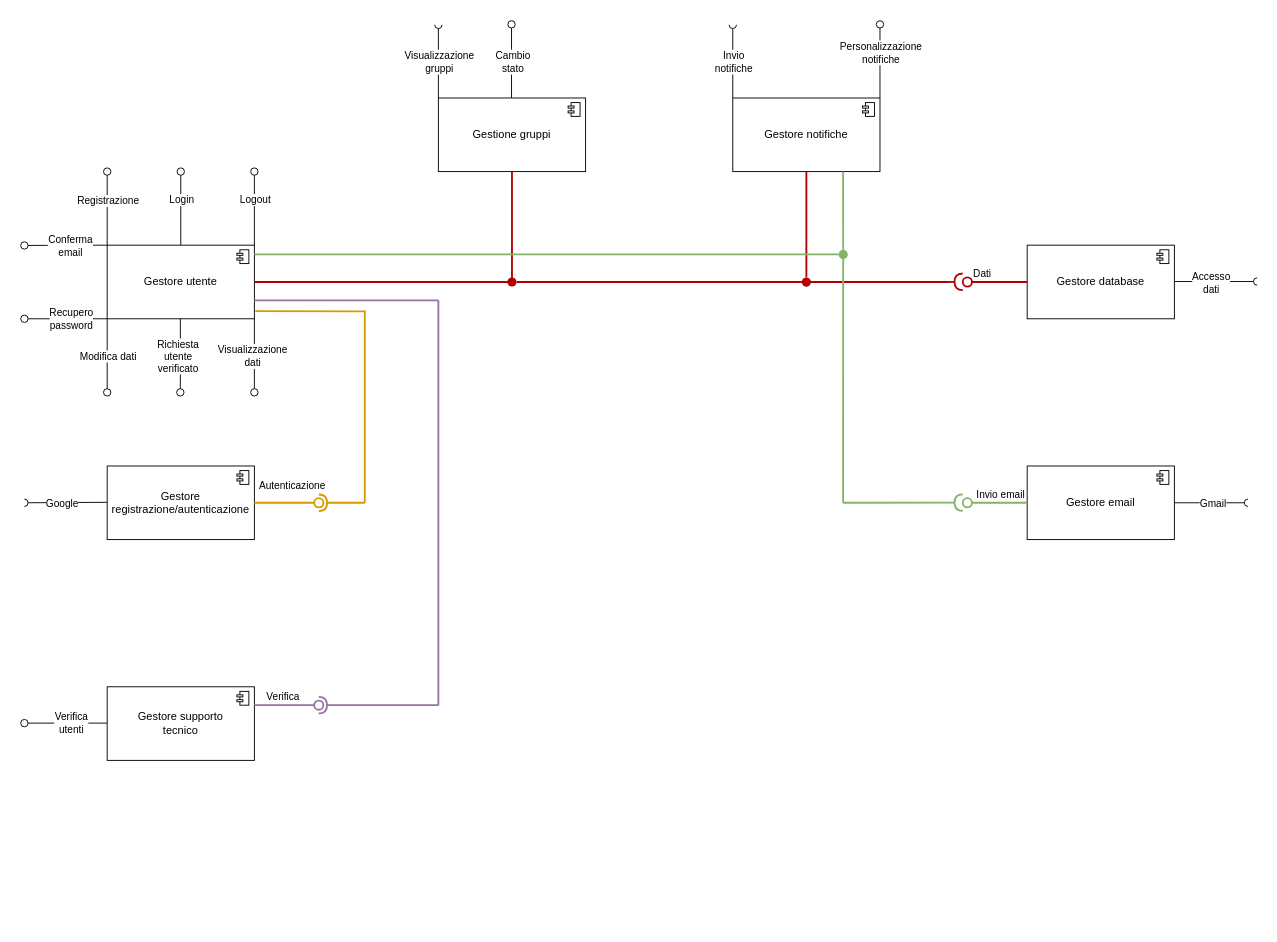
andreapedrini01/Ingegneria-del-Software keeps this draw.io diagram as Components_diagram.drawio. Above is the earlier version. Source tidied: cells renumbered, new cells numbered last; positions are measured from the earlier drawing's top-left corner, leaving out a move shared by most shapes. Both pictures are drawn from the tidied source at 92%, with x=0, y=0 at pixel (24, 24).
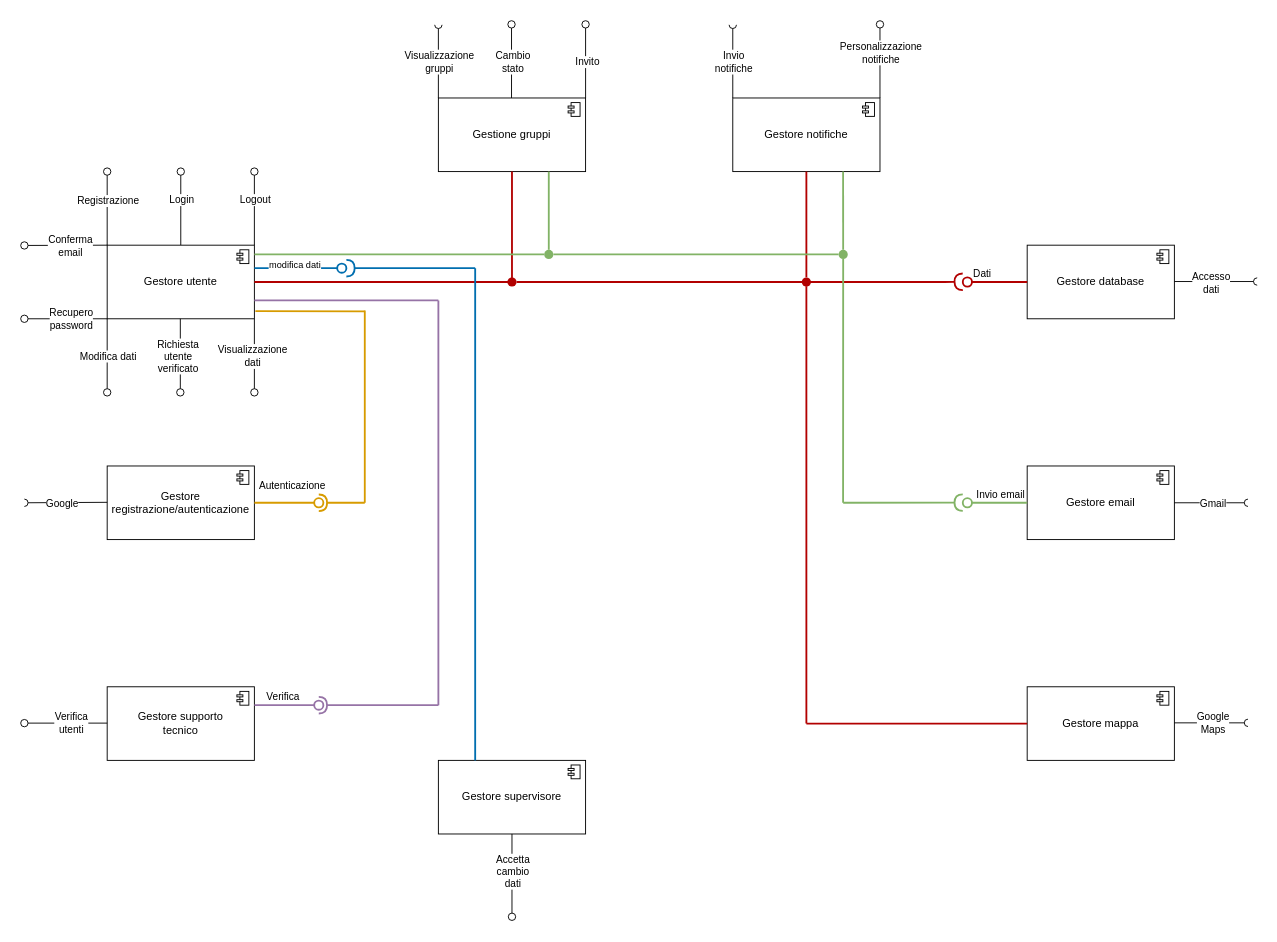
The same page after the edit.

The change refers to these unchanged cells:
```xml
<mxCell id="23" value="Gestione gruppi" style="html=1;outlineConnect=0;whiteSpace=wrap;shape=mxgraph.archimate3.application;appType=comp;archiType=square;" parent="1" vertex="1">
  <mxGeometry x="450" y="80" width="160" height="80" as="geometry" />
</mxCell>
<mxCell id="37" style="ellipse;whiteSpace=wrap;html=1;fillColor=#B20000;fontColor=#ffffff;strokeColor=none;gradientColor=none;" parent="1" vertex="1">
  <mxGeometry x="845" y="275" width="10" height="10" as="geometry" />
</mxCell>
```

Diff of the diagram source:
```diff
@@
-    <mxCell id="49" style="endArrow=none;html=1;rounded=0;exitX=1;exitY=0.75;exitDx=0;exitDy=0;exitPerimeter=0;strokeWidth=2;fillColor=#d5e8d4;strokeColor=#82b366;" parent="1" edge="1">
+    <mxCell id="49" style="endArrow=none;html=1;rounded=0;exitX=1;exitY=0.5;exitDx=0;exitDy=0;strokeWidth=2;fillColor=#d5e8d4;strokeColor=#82b366;" parent="1" edge="1" source="79">
       <mxGeometry relative="1" as="geometry">
-        <mxPoint x="250" y="250" as="sourcePoint" />
         <mxPoint x="885" y="250" as="targetPoint" />
       </mxGeometry>
     </mxCell>
@@
+    <mxCell id="71" value="Gestore mappa" style="html=1;outlineConnect=0;whiteSpace=wrap;shape=mxgraph.archimate3.application;appType=comp;archiType=square;" parent="1" vertex="1">
+      <mxGeometry x="1090" y="720" width="160" height="80" as="geometry" />
+    </mxCell>
+    <mxCell id="72" style="html=1;verticalAlign=bottom;labelBackgroundColor=none;endArrow=halfCircle;endFill=0;endSize=2;rounded=0;exitX=1;exitY=0.5;exitDx=0;exitDy=0;exitPerimeter=0;" parent="1" edge="1">
+      <mxGeometry relative="1" as="geometry">
+        <mxPoint x="1250" y="759.2" as="sourcePoint" />
+        <mxPoint x="1330" y="759.2" as="targetPoint" />
+      </mxGeometry>
+    </mxCell>
+    <mxCell id="73" value="Google&lt;div&gt;Maps&lt;/div&gt;" style="edgeLabel;html=1;align=center;verticalAlign=middle;" parent="72" vertex="1">
+      <mxGeometry x="0.34" y="-1" relative="1" as="geometry">
+        <mxPoint x="-13" y="-1" as="offset" />
+      </mxGeometry>
+    </mxCell>
+    <mxCell id="74" style="endArrow=none;html=1;rounded=0;strokeWidth=2;fillColor=#f8cecc;strokeColor=#b20000;" parent="1" edge="1" target="37">
+      <mxGeometry relative="1" as="geometry">
+        <mxPoint x="850" y="760" as="sourcePoint" />
+      </mxGeometry>
+    </mxCell>
+    <mxCell id="75" style="endArrow=none;html=1;rounded=0;entryX=0;entryY=0.5;entryDx=0;entryDy=0;entryPerimeter=0;strokeWidth=2;strokeColor=#b20000;" parent="1" edge="1" target="71">
+      <mxGeometry relative="1" as="geometry">
+        <mxPoint x="850" y="760" as="sourcePoint" />
+      </mxGeometry>
+    </mxCell>
+    <mxCell id="76" style="html=1;verticalAlign=bottom;labelBackgroundColor=none;endArrow=oval;endFill=0;endSize=8;rounded=0;exitX=1;exitY=0;exitDx=0;exitDy=0;exitPerimeter=0;" parent="1" edge="1">
+      <mxGeometry relative="1" as="geometry">
+        <mxPoint x="610" y="80" as="sourcePoint" />
+        <mxPoint x="610" as="targetPoint" />
+      </mxGeometry>
+    </mxCell>
+    <mxCell id="77" value="Invito" style="edgeLabel;html=1;align=center;verticalAlign=middle;" parent="76" vertex="1">
+      <mxGeometry x="0.1" y="-3" relative="1" as="geometry">
+        <mxPoint x="-2" y="4" as="offset" />
+      </mxGeometry>
+    </mxCell>
+    <mxCell id="78" style="endArrow=none;html=1;rounded=0;exitX=1;exitY=0.75;exitDx=0;exitDy=0;exitPerimeter=0;strokeWidth=2;fillColor=#d5e8d4;strokeColor=#82b366;" parent="1" edge="1" target="79">
+      <mxGeometry relative="1" as="geometry">
+        <mxPoint x="250" y="250" as="sourcePoint" />
+      </mxGeometry>
+    </mxCell>
+    <mxCell id="79" style="ellipse;whiteSpace=wrap;html=1;fillColor=#82b366;fontColor=#ffffff;strokeColor=none;gradientColor=none;" parent="1" vertex="1">
+      <mxGeometry x="565" y="245" width="10" height="10" as="geometry" />
+    </mxCell>
+    <mxCell id="80" style="endArrow=none;html=1;rounded=0;entryX=0.75;entryY=1;entryDx=0;entryDy=0;entryPerimeter=0;fillColor=#d5e8d4;strokeColor=#82b366;strokeWidth=2;" parent="1" edge="1" source="79" target="23">
+      <mxGeometry relative="1" as="geometry" />
+    </mxCell>
+    <mxCell id="81" value="Gestore supervisore" style="html=1;outlineConnect=0;whiteSpace=wrap;shape=mxgraph.archimate3.application;appType=comp;archiType=square;" parent="1" vertex="1">
+      <mxGeometry x="450" y="800" width="160" height="80" as="geometry" />
+    </mxCell>
+    <mxCell id="82" style="endArrow=none;html=1;rounded=0;exitX=0.25;exitY=0;exitDx=0;exitDy=0;exitPerimeter=0;fillColor=#1ba1e2;strokeColor=#006EAF;strokeWidth=2;" parent="1" edge="1" source="81">
+      <mxGeometry relative="1" as="geometry">
+        <mxPoint x="490" y="265" as="targetPoint" />
+      </mxGeometry>
+    </mxCell>
+    <mxCell id="83" style="rounded=0;orthogonalLoop=1;jettySize=auto;html=1;endArrow=halfCircle;endFill=0;endSize=6;strokeWidth=2;sketch=0;fillColor=#1ba1e2;strokeColor=#006EAF;" parent="1" edge="1">
+      <mxGeometry relative="1" as="geometry">
+        <mxPoint x="490" y="265" as="sourcePoint" />
+        <mxPoint x="350" y="265" as="targetPoint" />
+      </mxGeometry>
+    </mxCell>
+    <mxCell id="84" style="rounded=0;jettySize=auto;html=1;endArrow=oval;endFill=0;sketch=0;sourcePerimeterSpacing=0;targetPerimeterSpacing=0;endSize=10;exitX=1;exitY=0.25;exitDx=0;exitDy=0;exitPerimeter=0;strokeWidth=2;fillColor=#1ba1e2;strokeColor=#006EAF;entryX=0.253;entryY=0.5;entryDx=0;entryDy=0;entryPerimeter=0;" parent="1" edge="1" target="86">
+      <mxGeometry relative="1" as="geometry">
+        <mxPoint x="250" y="265" as="sourcePoint" />
+      </mxGeometry>
+    </mxCell>
+    <mxCell id="85" value="&lt;font style=&quot;font-size: 10px;&quot;&gt;modifica&amp;nbsp;&lt;/font&gt;&lt;span style=&quot;font-size: 10px;&quot;&gt;dati&lt;/span&gt;" style="edgeLabel;html=1;align=center;verticalAlign=middle;" parent="84" vertex="1">
+      <mxGeometry x="-0.1" y="1" relative="1" as="geometry">
+        <mxPoint y="-4" as="offset" />
+      </mxGeometry>
+    </mxCell>
+    <mxCell id="86" style="ellipse;whiteSpace=wrap;html=1;align=center;fillColor=none;strokeColor=none;perimeter=centerPerimeter;points=[];outlineConnect=1;" parent="1" vertex="1">
+      <mxGeometry x="340" y="260" width="10" height="10" as="geometry" />
+    </mxCell>
+    <mxCell id="87" style="html=1;verticalAlign=bottom;labelBackgroundColor=none;endArrow=oval;endFill=0;endSize=8;rounded=0;exitX=0.5;exitY=1;exitDx=0;exitDy=0;exitPerimeter=0;" parent="1" edge="1" source="81">
+      <mxGeometry relative="1" as="geometry">
+        <mxPoint x="530" y="970" as="targetPoint" />
+      </mxGeometry>
+    </mxCell>
+    <mxCell id="88" value="Accetta&lt;div&gt;cambio&lt;/div&gt;&lt;div&gt;dati&lt;/div&gt;" style="edgeLabel;html=1;align=center;verticalAlign=middle;" parent="87" vertex="1">
+      <mxGeometry x="-0.26" y="3" relative="1" as="geometry">
+        <mxPoint x="-3" y="7" as="offset" />
+      </mxGeometry>
+    </mxCell>
```
